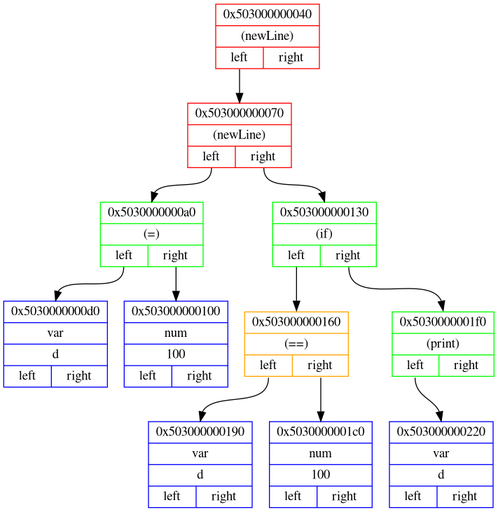
Above: png_files/backendDotFile.dot.png in Matvey787/myProgLanguage (Graphviz), before the change. Its source is kept beside it as dot_files/backendDotFile.dot. The source it was exported from:
```dot
digraph
{
rankdir=HR;

node0x503000000040 [ shape=record, color = red rank = 1, label= "{ 0x503000000040 | (newLine) |         {<n0x503000000040_l> left | <n0x503000000040_r> right}} " ];
node0x503000000070 [ shape=record, color = red rank = 2, label= "{ 0x503000000070 | (newLine) |         {<n0x503000000070_l> left | <n0x503000000070_r> right}} " ];
node0x5030000000a0 [ shape=record, color = green rank = 3, label= "{ 0x5030000000a0 | (=) |         {<n0x5030000000a0_l> left | <n0x5030000000a0_r> right}} " ];
node0x5030000000d0 [ shape=record, color = blue rank = 4, label= "{ 0x5030000000d0 | var | d |         {<n0x5030000000d0_l> left | <n0x5030000000d0_r> right}} " ];
node0x5030000000a0:<n0x5030000000a0_l>:s -> node0x5030000000d0:n [ color = black; ]
node0x503000000100 [ shape=record, color = blue rank = 5, label= "{ 0x503000000100 | num | 100 |         {<n0x503000000100_l> left | <n0x503000000100_r> right}} " ];
node0x5030000000a0:<n0x5030000000a0_r>:s -> node0x503000000100:n [ color = black; ]
node0x503000000070:<n0x503000000070_l>:s -> node0x5030000000a0:n [ color = black; ]
node0x503000000130 [ shape=record, color = green rank = 4, label= "{ 0x503000000130 | (if) |         {<n0x503000000130_l> left | <n0x503000000130_r> right}} " ];
node0x503000000160 [ shape=record, color = orange rank = 5, label= "{ 0x503000000160 | (==) |         {<n0x503000000160_l> left | <n0x503000000160_r> right}} " ];
node0x503000000190 [ shape=record, color = blue rank = 6, label= "{ 0x503000000190 | var | d |         {<n0x503000000190_l> left | <n0x503000000190_r> right}} " ];
node0x503000000160:<n0x503000000160_l>:s -> node0x503000000190:n [ color = black; ]
node0x5030000001c0 [ shape=record, color = blue rank = 7, label= "{ 0x5030000001c0 | num | 100 |         {<n0x5030000001c0_l> left | <n0x5030000001c0_r> right}} " ];
node0x503000000160:<n0x503000000160_r>:s -> node0x5030000001c0:n [ color = black; ]
node0x503000000130:<n0x503000000130_l>:s -> node0x503000000160:n [ color = black; ]
node0x5030000001f0 [ shape=record, color = green rank = 6, label= "{ 0x5030000001f0 | (print) |         {<n0x5030000001f0_l> left | <n0x5030000001f0_r> right}} " ];
node0x503000000220 [ shape=record, color = blue rank = 7, label= "{ 0x503000000220 | var | d |         {<n0x503000000220_l> left | <n0x503000000220_r> right}} " ];
node0x5030000001f0:<n0x5030000001f0_l>:s -> node0x503000000220:n [ color = black; ]
node0x503000000130:<n0x503000000130_r>:s -> node0x5030000001f0:n [ color = black; ]
node0x503000000070:<n0x503000000070_r>:s -> node0x503000000130:n [ color = black; ]
node0x503000000040:<n0x503000000040_l>:s -> node0x503000000070:n [ color = black; ]
}
```
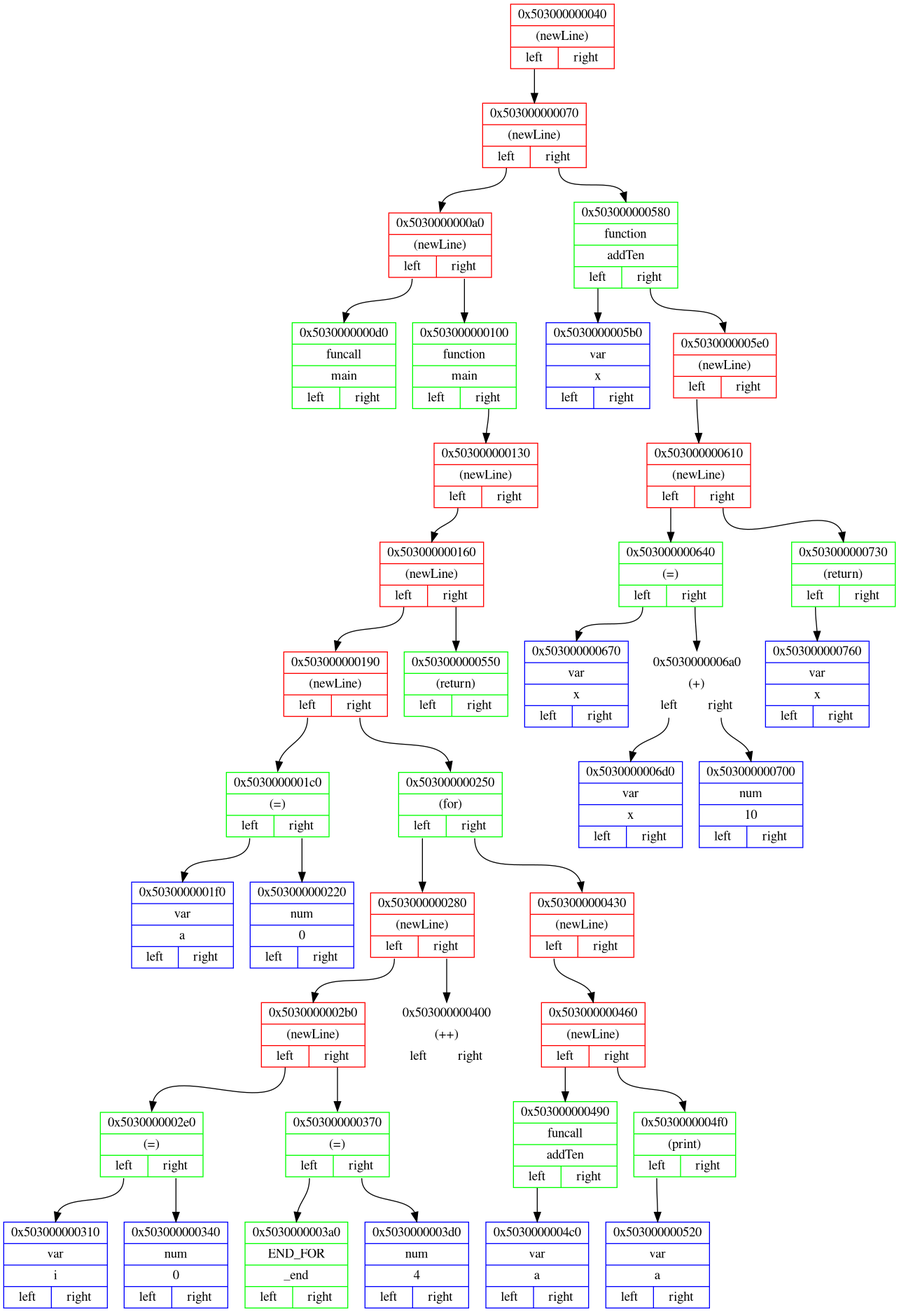
After the commit.

Change to the diagram source:
```diff
@@ -4,23 +4,79 @@
 
 node0x503000000040 [ shape=record, color = red rank = 1, label= "{ 0x503000000040 | (newLine) |         {<n0x503000000040_l> left | <n0x503000000040_r> right}} " ];
 node0x503000000070 [ shape=record, color = red rank = 2, label= "{ 0x503000000070 | (newLine) |         {<n0x503000000070_l> left | <n0x503000000070_r> right}} " ];
-node0x5030000000a0 [ shape=record, color = green rank = 3, label= "{ 0x5030000000a0 | (=) |         {<n0x5030000000a0_l> left | <n0x5030000000a0_r> right}} " ];
-node0x5030000000d0 [ shape=record, color = blue rank = 4, label= "{ 0x5030000000d0 | var | d |         {<n0x5030000000d0_l> left | <n0x5030000000d0_r> right}} " ];
+node0x5030000000a0 [ shape=record, color = red rank = 3, label= "{ 0x5030000000a0 | (newLine) |         {<n0x5030000000a0_l> left | <n0x5030000000a0_r> right}} " ];
+node0x5030000000d0 [ shape=record, color = green rank = 4, label= "{ 0x5030000000d0 | funcall | main |         {<n0x5030000000d0_l> left | <n0x5030000000d0_r> right}} " ];
 node0x5030000000a0:<n0x5030000000a0_l>:s -> node0x5030000000d0:n [ color = black; ]
-node0x503000000100 [ shape=record, color = blue rank = 5, label= "{ 0x503000000100 | num | 100 |         {<n0x503000000100_l> left | <n0x503000000100_r> right}} " ];
+node0x503000000100 [ shape=record, color = green rank = 5, label= "{ 0x503000000100 | function | main |         {<n0x503000000100_l> left | <n0x503000000100_r> right}} " ];
+node0x503000000130 [ shape=record, color = red rank = 6, label= "{ 0x503000000130 | (newLine) |         {<n0x503000000130_l> left | <n0x503000000130_r> right}} " ];
+node0x503000000160 [ shape=record, color = red rank = 7, label= "{ 0x503000000160 | (newLine) |         {<n0x503000000160_l> left | <n0x503000000160_r> right}} " ];
+node0x503000000190 [ shape=record, color = red rank = 8, label= "{ 0x503000000190 | (newLine) |         {<n0x503000000190_l> left | <n0x503000000190_r> right}} " ];
+node0x5030000001c0 [ shape=record, color = green rank = 9, label= "{ 0x5030000001c0 | (=) |         {<n0x5030000001c0_l> left | <n0x5030000001c0_r> right}} " ];
+node0x5030000001f0 [ shape=record, color = blue rank = 10, label= "{ 0x5030000001f0 | var | a |         {<n0x5030000001f0_l> left | <n0x5030000001f0_r> right}} " ];
+node0x5030000001c0:<n0x5030000001c0_l>:s -> node0x5030000001f0:n [ color = black; ]
+node0x503000000220 [ shape=record, color = blue rank = 11, label= "{ 0x503000000220 | num | 0 |         {<n0x503000000220_l> left | <n0x503000000220_r> right}} " ];
+node0x5030000001c0:<n0x5030000001c0_r>:s -> node0x503000000220:n [ color = black; ]
+node0x503000000190:<n0x503000000190_l>:s -> node0x5030000001c0:n [ color = black; ]
+node0x503000000250 [ shape=record, color = green rank = 10, label= "{ 0x503000000250 | (for) |         {<n0x503000000250_l> left | <n0x503000000250_r> right}} " ];
+node0x503000000280 [ shape=record, color = red rank = 11, label= "{ 0x503000000280 | (newLine) |         {<n0x503000000280_l> left | <n0x503000000280_r> right}} " ];
+node0x5030000002b0 [ shape=record, color = red rank = 12, label= "{ 0x5030000002b0 | (newLine) |         {<n0x5030000002b0_l> left | <n0x5030000002b0_r> right}} " ];
+node0x5030000002e0 [ shape=record, color = green rank = 13, label= "{ 0x5030000002e0 | (=) |         {<n0x5030000002e0_l> left | <n0x5030000002e0_r> right}} " ];
+node0x503000000310 [ shape=record, color = blue rank = 14, label= "{ 0x503000000310 | var | i |         {<n0x503000000310_l> left | <n0x503000000310_r> right}} " ];
+node0x5030000002e0:<n0x5030000002e0_l>:s -> node0x503000000310:n [ color = black; ]
+node0x503000000340 [ shape=record, color = blue rank = 15, label= "{ 0x503000000340 | num | 0 |         {<n0x503000000340_l> left | <n0x503000000340_r> right}} " ];
+node0x5030000002e0:<n0x5030000002e0_r>:s -> node0x503000000340:n [ color = black; ]
+node0x5030000002b0:<n0x5030000002b0_l>:s -> node0x5030000002e0:n [ color = black; ]
+node0x503000000370 [ shape=record, color = green rank = 14, label= "{ 0x503000000370 | (=) |         {<n0x503000000370_l> left | <n0x503000000370_r> right}} " ];
+node0x5030000003a0 [ shape=record, color = green rank = 15, label= "{ 0x5030000003a0 | END_FOR | _end |         {<n0x5030000003a0_l> left | <n0x5030000003a0_r> right}} " ];
+node0x503000000370:<n0x503000000370_l>:s -> node0x5030000003a0:n [ color = black; ]
+node0x5030000003d0 [ shape=record, color = blue rank = 16, label= "{ 0x5030000003d0 | num | 4 |         {<n0x5030000003d0_l> left | <n0x5030000003d0_r> right}} " ];
+node0x503000000370:<n0x503000000370_r>:s -> node0x5030000003d0:n [ color = black; ]
+node0x5030000002b0:<n0x5030000002b0_r>:s -> node0x503000000370:n [ color = black; ]
+node0x503000000280:<n0x503000000280_l>:s -> node0x5030000002b0:n [ color = black; ]
+node0x503000000400 [ shape=record, color = white rank = 13, label= "{ 0x503000000400 | (++) |         {<n0x503000000400_l> left | <n0x503000000400_r> right}} " ];
+node0x503000000280:<n0x503000000280_r>:s -> node0x503000000400:n [ color = black; ]
+node0x503000000250:<n0x503000000250_l>:s -> node0x503000000280:n [ color = black; ]
+node0x503000000430 [ shape=record, color = red rank = 12, label= "{ 0x503000000430 | (newLine) |         {<n0x503000000430_l> left | <n0x503000000430_r> right}} " ];
+node0x503000000460 [ shape=record, color = red rank = 13, label= "{ 0x503000000460 | (newLine) |         {<n0x503000000460_l> left | <n0x503000000460_r> right}} " ];
+node0x503000000490 [ shape=record, color = green rank = 14, label= "{ 0x503000000490 | funcall | addTen |         {<n0x503000000490_l> left | <n0x503000000490_r> right}} " ];
+node0x5030000004c0 [ shape=record, color = blue rank = 15, label= "{ 0x5030000004c0 | var | a |         {<n0x5030000004c0_l> left | <n0x5030000004c0_r> right}} " ];
+node0x503000000490:<n0x503000000490_l>:s -> node0x5030000004c0:n [ color = black; ]
+node0x503000000460:<n0x503000000460_l>:s -> node0x503000000490:n [ color = black; ]
+node0x5030000004f0 [ shape=record, color = green rank = 15, label= "{ 0x5030000004f0 | (print) |         {<n0x5030000004f0_l> left | <n0x5030000004f0_r> right}} " ];
+node0x503000000520 [ shape=record, color = blue rank = 16, label= "{ 0x503000000520 | var | a |         {<n0x503000000520_l> left | <n0x503000000520_r> right}} " ];
+node0x5030000004f0:<n0x5030000004f0_l>:s -> node0x503000000520:n [ color = black; ]
+node0x503000000460:<n0x503000000460_r>:s -> node0x5030000004f0:n [ color = black; ]
+node0x503000000430:<n0x503000000430_l>:s -> node0x503000000460:n [ color = black; ]
+node0x503000000250:<n0x503000000250_r>:s -> node0x503000000430:n [ color = black; ]
+node0x503000000190:<n0x503000000190_r>:s -> node0x503000000250:n [ color = black; ]
+node0x503000000160:<n0x503000000160_l>:s -> node0x503000000190:n [ color = black; ]
+node0x503000000550 [ shape=record, color = green rank = 9, label= "{ 0x503000000550 | (return) |         {<n0x503000000550_l> left | <n0x503000000550_r> right}} " ];
+node0x503000000160:<n0x503000000160_r>:s -> node0x503000000550:n [ color = black; ]
+node0x503000000130:<n0x503000000130_l>:s -> node0x503000000160:n [ color = black; ]
+node0x503000000100:<n0x503000000100_r>:s -> node0x503000000130:n [ color = black; ]
 node0x5030000000a0:<n0x5030000000a0_r>:s -> node0x503000000100:n [ color = black; ]
 node0x503000000070:<n0x503000000070_l>:s -> node0x5030000000a0:n [ color = black; ]
-node0x503000000130 [ shape=record, color = green rank = 4, label= "{ 0x503000000130 | (if) |         {<n0x503000000130_l> left | <n0x503000000130_r> right}} " ];
-node0x503000000160 [ shape=record, color = orange rank = 5, label= "{ 0x503000000160 | (==) |         {<n0x503000000160_l> left | <n0x503000000160_r> right}} " ];
-node0x503000000190 [ shape=record, color = blue rank = 6, label= "{ 0x503000000190 | var | d |         {<n0x503000000190_l> left | <n0x503000000190_r> right}} " ];
-node0x503000000160:<n0x503000000160_l>:s -> node0x503000000190:n [ color = black; ]
-node0x5030000001c0 [ shape=record, color = blue rank = 7, label= "{ 0x5030000001c0 | num | 100 |         {<n0x5030000001c0_l> left | <n0x5030000001c0_r> right}} " ];
-node0x503000000160:<n0x503000000160_r>:s -> node0x5030000001c0:n [ color = black; ]
-node0x503000000130:<n0x503000000130_l>:s -> node0x503000000160:n [ color = black; ]
-node0x5030000001f0 [ shape=record, color = green rank = 6, label= "{ 0x5030000001f0 | (print) |         {<n0x5030000001f0_l> left | <n0x5030000001f0_r> right}} " ];
-node0x503000000220 [ shape=record, color = blue rank = 7, label= "{ 0x503000000220 | var | d |         {<n0x503000000220_l> left | <n0x503000000220_r> right}} " ];
-node0x5030000001f0:<n0x5030000001f0_l>:s -> node0x503000000220:n [ color = black; ]
-node0x503000000130:<n0x503000000130_r>:s -> node0x5030000001f0:n [ color = black; ]
-node0x503000000070:<n0x503000000070_r>:s -> node0x503000000130:n [ color = black; ]
+node0x503000000580 [ shape=record, color = green rank = 4, label= "{ 0x503000000580 | function | addTen |         {<n0x503000000580_l> left | <n0x503000000580_r> right}} " ];
+node0x5030000005b0 [ shape=record, color = blue rank = 5, label= "{ 0x5030000005b0 | var | x |         {<n0x5030000005b0_l> left | <n0x5030000005b0_r> right}} " ];
+node0x503000000580:<n0x503000000580_l>:s -> node0x5030000005b0:n [ color = black; ]
+node0x5030000005e0 [ shape=record, color = red rank = 6, label= "{ 0x5030000005e0 | (newLine) |         {<n0x5030000005e0_l> left | <n0x5030000005e0_r> right}} " ];
+node0x503000000610 [ shape=record, color = red rank = 7, label= "{ 0x503000000610 | (newLine) |         {<n0x503000000610_l> left | <n0x503000000610_r> right}} " ];
+node0x503000000640 [ shape=record, color = green rank = 8, label= "{ 0x503000000640 | (=) |         {<n0x503000000640_l> left | <n0x503000000640_r> right}} " ];
+node0x503000000670 [ shape=record, color = blue rank = 9, label= "{ 0x503000000670 | var | x |         {<n0x503000000670_l> left | <n0x503000000670_r> right}} " ];
+node0x503000000640:<n0x503000000640_l>:s -> node0x503000000670:n [ color = black; ]
+node0x5030000006a0 [ shape=record, color = white rank = 10, label= "{ 0x5030000006a0 | (+) |         {<n0x5030000006a0_l> left | <n0x5030000006a0_r> right}} " ];
+node0x5030000006d0 [ shape=record, color = blue rank = 11, label= "{ 0x5030000006d0 | var | x |         {<n0x5030000006d0_l> left | <n0x5030000006d0_r> right}} " ];
+node0x5030000006a0:<n0x5030000006a0_l>:s -> node0x5030000006d0:n [ color = black; ]
+node0x503000000700 [ shape=record, color = blue rank = 12, label= "{ 0x503000000700 | num | 10 |         {<n0x503000000700_l> left | <n0x503000000700_r> right}} " ];
+node0x5030000006a0:<n0x5030000006a0_r>:s -> node0x503000000700:n [ color = black; ]
+node0x503000000640:<n0x503000000640_r>:s -> node0x5030000006a0:n [ color = black; ]
+node0x503000000610:<n0x503000000610_l>:s -> node0x503000000640:n [ color = black; ]
+node0x503000000730 [ shape=record, color = green rank = 9, label= "{ 0x503000000730 | (return) |         {<n0x503000000730_l> left | <n0x503000000730_r> right}} " ];
+node0x503000000760 [ shape=record, color = blue rank = 10, label= "{ 0x503000000760 | var | x |         {<n0x503000000760_l> left | <n0x503000000760_r> right}} " ];
+node0x503000000730:<n0x503000000730_l>:s -> node0x503000000760:n [ color = black; ]
+node0x503000000610:<n0x503000000610_r>:s -> node0x503000000730:n [ color = black; ]
+node0x5030000005e0:<n0x5030000005e0_l>:s -> node0x503000000610:n [ color = black; ]
+node0x503000000580:<n0x503000000580_r>:s -> node0x5030000005e0:n [ color = black; ]
+node0x503000000070:<n0x503000000070_r>:s -> node0x503000000580:n [ color = black; ]
 node0x503000000040:<n0x503000000040_l>:s -> node0x503000000070:n [ color = black; ]
 }
```
